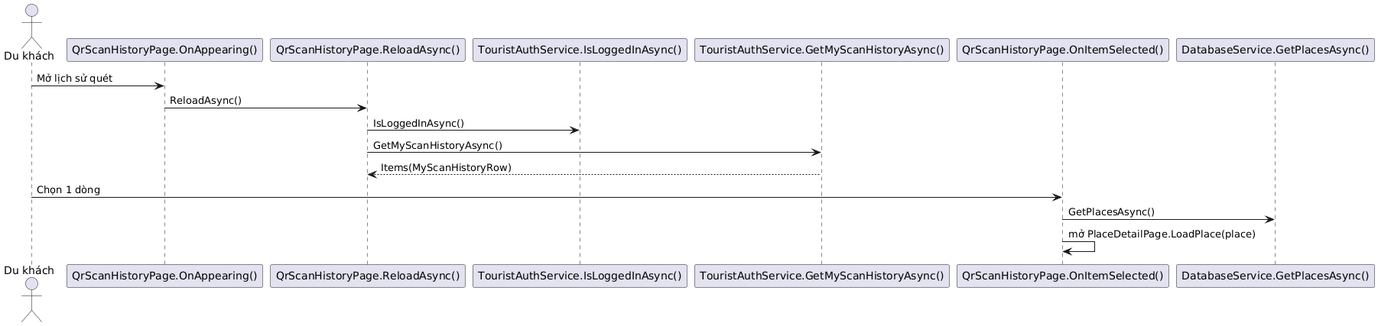
Before: Diagrams/SE DuKhach XemLichSuQuet.png, a diagram exported from PlantUML (hoangtri22/TravelGuide). Source of this version:
```plantuml
@startuml
actor "Du khách" as USER
participant "QrScanHistoryPage.OnAppearing()" as HP
participant "QrScanHistoryPage.ReloadAsync()" as RELOAD
participant "TouristAuthService.IsLoggedInAsync()" as AUTH
participant "TouristAuthService.GetMyScanHistoryAsync()" as API
participant "QrScanHistoryPage.OnItemSelected()" as SEL
participant "DatabaseService.GetPlacesAsync()" as DS

USER -> HP: Mở lịch sử quét
HP -> RELOAD: ReloadAsync()
RELOAD -> AUTH: IsLoggedInAsync()
RELOAD -> API: GetMyScanHistoryAsync()
API --> RELOAD: Items(MyScanHistoryRow)
USER -> SEL: Chọn 1 dòng
SEL -> DS: GetPlacesAsync()
SEL -> SEL: mở PlaceDetailPage.LoadPlace(place)
@enduml
```
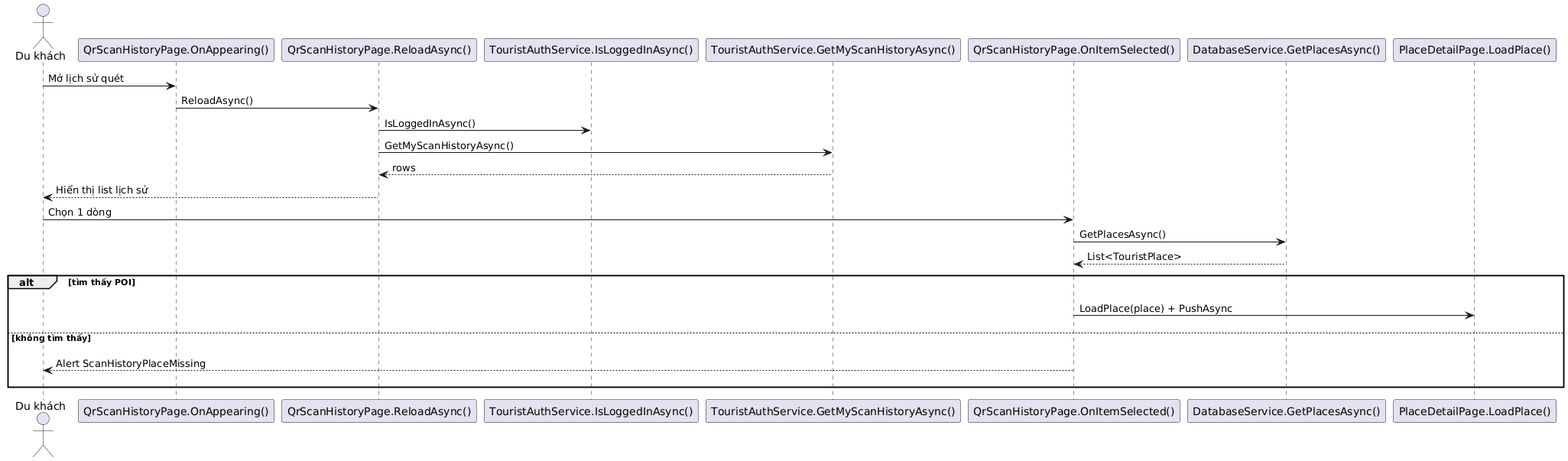
After the change.

Diff of the diagram source:
```diff
@@ -1,18 +1,28 @@
 @startuml
-actor "Du khách" as USER
-participant "QrScanHistoryPage.OnAppearing()" as HP
+actor "Du khách" as U
+participant "QrScanHistoryPage.OnAppearing()" as UI
 participant "QrScanHistoryPage.ReloadAsync()" as RELOAD
-participant "TouristAuthService.IsLoggedInAsync()" as AUTH
-participant "TouristAuthService.GetMyScanHistoryAsync()" as API
-participant "QrScanHistoryPage.OnItemSelected()" as SEL
-participant "DatabaseService.GetPlacesAsync()" as DS
-
-USER -> HP: Mở lịch sử quét
-HP -> RELOAD: ReloadAsync()
-RELOAD -> AUTH: IsLoggedInAsync()
-RELOAD -> API: GetMyScanHistoryAsync()
-API --> RELOAD: Items(MyScanHistoryRow)
-USER -> SEL: Chọn 1 dòng
-SEL -> DS: GetPlacesAsync()
-SEL -> SEL: mở PlaceDetailPage.LoadPlace(place)
+participant "TouristAuthService.IsLoggedInAsync()" as LOGIN
+participant "TouristAuthService.GetMyScanHistoryAsync()" as HIST
+participant "QrScanHistoryPage.OnItemSelected()" as SELECT
+participant "DatabaseService.GetPlacesAsync()" as DB
+participant "PlaceDetailPage.LoadPlace()" as DETAIL
+U -> UI : Mở lịch sử quét
+UI -> RELOAD : ReloadAsync()
+RELOAD -> LOGIN : IsLoggedInAsync()
+RELOAD -> HIST : GetMyScanHistoryAsync()
+HIST --> RELOAD : rows
+RELOAD --> U : Hiển thị list lịch sử
+U -> SELECT : Chọn 1 dòng
+SELECT -> DB : GetPlacesAsync()
+DB --> SELECT : List<TouristPlace>
+alt tìm thấy POI
+  U -[hidden]-> DETAIL
+  SELECT -> DETAIL : LoadPlace(place) + PushAsync
+  DETAIL -[hidden]-> U
+else không tìm thấy
+  U -[hidden]-> DETAIL
+  SELECT --> U : Alert ScanHistoryPlaceMissing
+  DETAIL -[hidden]-> U
+end
 @enduml
```
